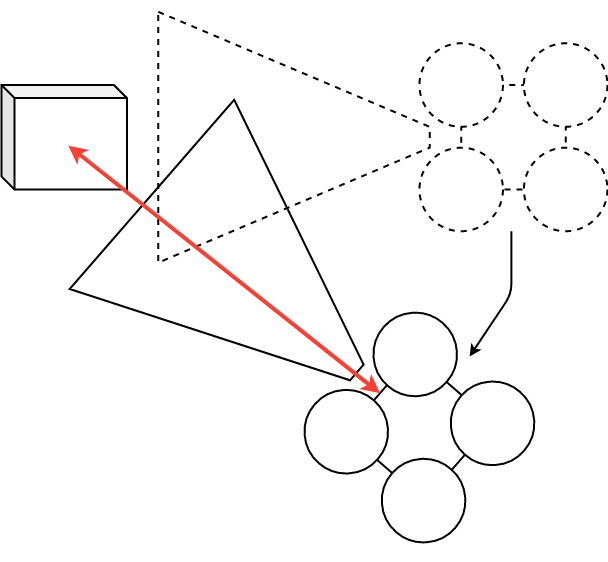
Earlier version of the draw.io export img/introduction_outlookPerspective_pointsOfView.png (idahoenigmann/LMLM-Doc). Source tidied: cells renumbered, new cells last; positions are measured from the earlier drawing's top-left corner, leaving out a move shared by most shapes.
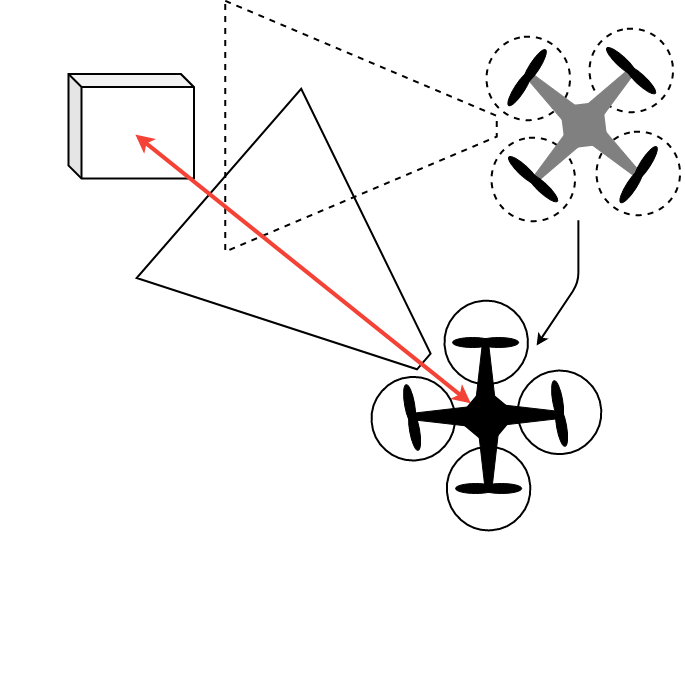
The same file after the commit.

The edit, as a diff of the source:
```diff
@@ -2,67 +2,166 @@
   <root>
     <mxCell id="0" />
     <mxCell id="1" parent="0" />
-    <mxCell id="2" style="group;strokeWidth=2;" parent="1" vertex="1">
-      <mxGeometry width="606" height="520" as="geometry" />
-    </mxCell>
-    <mxCell id="3" style="shape=cube;whiteSpace=wrap;html=1;boundedLbl=1;backgroundOutline=1;darkOpacity=0.05;darkOpacity2=0.1;fillColor=#FFFFFF;size=13;strokeWidth=2;" parent="2" vertex="1">
+    <mxCell id="3" style="shape=cube;whiteSpace=wrap;html=1;boundedLbl=1;backgroundOutline=1;darkOpacity=0.05;darkOpacity2=0.1;fillColor=#FFFFFF;size=13;strokeWidth=2;" parent="1" vertex="1">
       <mxGeometry y="83.5" width="125.4" height="104.4" as="geometry" />
     </mxCell>
-    <mxCell id="4" style="group;strokeWidth=2;" parent="2" vertex="1">
-      <mxGeometry x="417.9" y="41.8" width="188.1" height="188" as="geometry" />
-    </mxCell>
-    <mxCell id="5" style="whiteSpace=wrap;html=1;fillColor=#FFFFFF;dashed=1;strokeWidth=2;" parent="4" vertex="1">
-      <mxGeometry x="41.8" y="41.8" width="104.4" height="104.4" as="geometry" />
-    </mxCell>
-    <mxCell id="6" style="ellipse;whiteSpace=wrap;html=1;dashed=1;strokeWidth=2;" parent="4" vertex="1">
-      <mxGeometry x="104.5" y="104.4" width="83.5" height="83.5" as="geometry" />
-    </mxCell>
-    <mxCell id="7" style="ellipse;whiteSpace=wrap;html=1;dashed=1;strokeWidth=2;" parent="4" vertex="1">
-      <mxGeometry width="83.5" height="83.5" as="geometry" />
-    </mxCell>
-    <mxCell id="8" style="ellipse;whiteSpace=wrap;html=1;fillColor=#FFFFFF;dashed=1;strokeWidth=2;" parent="4" vertex="1">
-      <mxGeometry y="104.4" width="83.5" height="83.5" as="geometry" />
-    </mxCell>
-    <mxCell id="9" style="ellipse;whiteSpace=wrap;html=1;dashed=1;strokeWidth=2;" parent="4" vertex="1">
-      <mxGeometry x="104.5" width="83.5" height="83.5" as="geometry" />
-    </mxCell>
-    <mxCell id="10" style="shape=trapezoid;perimeter=trapezoidPerimeter;whiteSpace=wrap;html=1;fillColor=#FFFFFF;dashed=1;rotation=90;size=0.4587301587301583;strokeWidth=2;" parent="2" vertex="1">
+    <mxCell id="10" style="shape=trapezoid;perimeter=trapezoidPerimeter;whiteSpace=wrap;html=1;fillColor=#FFFFFF;dashed=1;rotation=90;size=0.4587301587301583;strokeWidth=2;" parent="1" vertex="1">
       <mxGeometry x="167.2" width="250.8" height="271.5" as="geometry" />
     </mxCell>
-    <mxCell id="11" style="group;rotation=41;strokeWidth=2;" parent="2" vertex="1">
-      <mxGeometry x="323.9" y="332" width="188.1" height="188" as="geometry" />
-    </mxCell>
+    <mxCell id="17" style="shape=trapezoid;perimeter=trapezoidPerimeter;whiteSpace=wrap;html=1;fillColor=none;rotation=131;size=0.4587301587301583;strokeWidth=2;" parent="1" vertex="1">
+      <mxGeometry x="127.5" y="146.2" width="250.8" height="271.5" as="geometry" />
+    </mxCell>
+    <mxCell id="18" style="endArrow=classic;startArrow=classic;html=1;exitX=0.5;exitY=1;exitDx=0;exitDy=0;entryX=0;entryY=0;entryDx=0;entryDy=0;entryPerimeter=0;strokeColor=#f44336;strokeWidth=4;" parent="1" edge="1" source="12">
+      <mxGeometry relative="1" as="geometry">
+        <mxPoint x="66.9" y="144.1" as="targetPoint" />
+      </mxGeometry>
+    </mxCell>
+    <mxCell id="19" style="endArrow=classic;html=1;strokeColor=#000000;strokeWidth=2;" parent="1" edge="1">
+      <mxGeometry relative="1" as="geometry">
+        <mxPoint x="509.9" y="229.7" as="sourcePoint" />
+        <mxPoint x="468.1" y="355" as="targetPoint" />
+        <Array as="points">
+          <mxPoint x="509.9" y="292.4" />
+        </Array>
+      </mxGeometry>
+    </mxCell>
+    <mxCell id="20" style="group;" parent="1" vertex="1">
+      <mxGeometry x="303" y="310.2" width="229.8" height="229.7" as="geometry" />
+    </mxCell>
-    <mxCell id="12" style="whiteSpace=wrap;html=1;fillColor=#FFFFFF;rotation=41;strokeWidth=2;" parent="11" vertex="1">
-      <mxGeometry x="41.8" y="41.8" width="104.4" height="104.4" as="geometry" />
+    <mxCell id="12" style="whiteSpace=wrap;html=1;fillColor=#000000;rotation=40;strokeWidth=2;direction=south;" parent="20" vertex="1">
+      <mxGeometry x="94.5" y="95.3" width="41" height="41" as="geometry" />
     </mxCell>
-    <mxCell id="13" style="ellipse;whiteSpace=wrap;html=1;rotation=41;strokeWidth=2;" parent="11" vertex="1">
-      <mxGeometry x="56.4" y="125.3" width="83.5" height="83.5" as="geometry" />
+    <mxCell id="13" style="ellipse;whiteSpace=wrap;html=1;rotation=41;strokeWidth=2;" parent="20" vertex="1">
+      <mxGeometry x="75.3" y="146.2" width="83.5" height="83.5" as="geometry" />
     </mxCell>
-    <mxCell id="14" style="ellipse;whiteSpace=wrap;html=1;rotation=41;strokeWidth=2;" parent="11" vertex="1">
-      <mxGeometry x="48.1" y="-20.9" width="83.5" height="83.5" as="geometry" />
+    <mxCell id="14" style="ellipse;whiteSpace=wrap;html=1;rotation=41;strokeWidth=2;" parent="20" vertex="1">
+      <mxGeometry x="73" width="83.5" height="83.5" as="geometry" />
     </mxCell>
-    <mxCell id="15" style="ellipse;whiteSpace=wrap;html=1;fillColor=#FFFFFF;rotation=41;strokeWidth=2;" parent="11" vertex="1">
-      <mxGeometry x="-20.9" y="56.4" width="83.5" height="83.5" as="geometry" />
+    <mxCell id="15" style="ellipse;whiteSpace=wrap;html=1;fillColor=#FFFFFF;rotation=41;strokeWidth=2;" parent="20" vertex="1">
+      <mxGeometry y="76.3" width="83.5" height="83.5" as="geometry" />
     </mxCell>
-    <mxCell id="16" style="ellipse;whiteSpace=wrap;html=1;rotation=41;strokeWidth=2;" parent="11" vertex="1">
-      <mxGeometry x="125.4" y="48" width="83.5" height="83.5" as="geometry" />
+    <mxCell id="16" style="ellipse;whiteSpace=wrap;html=1;rotation=41;strokeWidth=2;" parent="20" vertex="1">
+      <mxGeometry x="146.3" y="69.9" width="83.5" height="83.5" as="geometry" />
     </mxCell>
-    <mxCell id="17" style="shape=trapezoid;perimeter=trapezoidPerimeter;whiteSpace=wrap;html=1;fillColor=none;rotation=131;size=0.4587301587301583;strokeWidth=2;" parent="2" vertex="1">
-      <mxGeometry x="127.5" y="146.2" width="250.8" height="271.5" as="geometry" />
-    </mxCell>
-    <mxCell id="18" style="endArrow=classic;startArrow=classic;html=1;exitX=0;exitY=0.5;exitDx=0;exitDy=0;entryX=0;entryY=0;entryDx=0;entryDy=0;entryPerimeter=0;strokeColor=#f44336;strokeWidth=4;" parent="2" edge="1" source="12">
-      <mxGeometry relative="1" as="geometry">
-        <mxPoint x="66.9" y="144.1" as="targetPoint" />
-      </mxGeometry>
-    </mxCell>
-    <mxCell id="19" style="endArrow=classic;html=1;strokeColor=#000000;strokeWidth=2;" parent="2" edge="1">
-      <mxGeometry relative="1" as="geometry">
-        <mxPoint x="509.9" y="229.7" as="sourcePoint" />
-        <mxPoint x="468.1" y="355" as="targetPoint" />
-        <Array as="points">
-          <mxPoint x="509.9" y="292.4" />
-        </Array>
-      </mxGeometry>
-    </mxCell>
+    <mxCell id="21" style="group;rotation=80;" parent="20" vertex="1">
+      <mxGeometry x="7" y="111.8" width="67" height="10" as="geometry" />
+    </mxCell>
+    <mxCell id="22" style="ellipse;whiteSpace=wrap;html=1;fillColor=#000000;rotation=80;" parent="21" vertex="1">
+      <mxGeometry x="11" y="-13" width="40.2" height="10" as="geometry" />
+    </mxCell>
+    <mxCell id="23" style="ellipse;whiteSpace=wrap;html=1;fillColor=#000000;rotation=80;" parent="21" vertex="1">
+      <mxGeometry x="16" y="13" width="40.2" height="10" as="geometry" />
+    </mxCell>
+    <mxCell id="24" style="group;rotation=-180;" parent="20" vertex="1">
+      <mxGeometry x="84" y="182.8" width="67" height="10" as="geometry" />
+    </mxCell>
+    <mxCell id="25" style="ellipse;whiteSpace=wrap;html=1;fillColor=#000000;rotation=-180;" parent="24" vertex="1">
+      <mxGeometry x="26" width="40.2" height="10" as="geometry" />
+    </mxCell>
+    <mxCell id="26" style="ellipse;whiteSpace=wrap;html=1;fillColor=#000000;rotation=-180;" parent="24" vertex="1">
+      <mxGeometry width="40.2" height="10" as="geometry" />
+    </mxCell>
+    <mxCell id="27" style="group;rotation=-100;" parent="20" vertex="1">
+      <mxGeometry x="155" y="108.8" width="67" height="10" as="geometry" />
+    </mxCell>
+    <mxCell id="28" style="ellipse;whiteSpace=wrap;html=1;fillColor=#000000;rotation=-100;" parent="27" vertex="1">
+      <mxGeometry x="15" y="12" width="40.2" height="10" as="geometry" />
+    </mxCell>
+    <mxCell id="29" style="ellipse;whiteSpace=wrap;html=1;fillColor=#000000;rotation=-100;" parent="27" vertex="1">
+      <mxGeometry x="11" y="-14" width="40.2" height="10" as="geometry" />
+    </mxCell>
+    <mxCell id="30" style="group;rotation=0;" parent="20" vertex="1">
+      <mxGeometry x="80" y="36.8" width="67" height="10" as="geometry" />
+    </mxCell>
+    <mxCell id="31" style="ellipse;whiteSpace=wrap;html=1;fillColor=#000000;rotation=0;" parent="30" vertex="1">
+      <mxGeometry x="1" width="40.2" height="10" as="geometry" />
+    </mxCell>
+    <mxCell id="32" style="ellipse;whiteSpace=wrap;html=1;fillColor=#000000;rotation=0;" parent="30" vertex="1">
+      <mxGeometry x="27" width="40.2" height="10" as="geometry" />
+    </mxCell>
+    <mxCell id="33" style="shape=trapezoid;perimeter=trapezoidPerimeter;whiteSpace=wrap;html=1;fillColor=#000000;size=0.33333333333332577;" parent="20" vertex="1">
+      <mxGeometry x="104" y="44.8" width="20" height="58" as="geometry" />
+    </mxCell>
+    <mxCell id="34" style="shape=trapezoid;perimeter=trapezoidPerimeter;whiteSpace=wrap;html=1;fillColor=#000000;size=0.33333333333332577;rotation=90;" parent="20" vertex="1">
+      <mxGeometry x="151" y="85.3" width="20" height="58" as="geometry" />
+    </mxCell>
+    <mxCell id="35" style="shape=trapezoid;perimeter=trapezoidPerimeter;whiteSpace=wrap;html=1;fillColor=#000000;size=0.33333333333332577;rotation=180;" parent="20" vertex="1">
+      <mxGeometry x="107" y="130.8" width="20" height="58" as="geometry" />
+    </mxCell>
+    <mxCell id="36" style="shape=trapezoid;perimeter=trapezoidPerimeter;whiteSpace=wrap;html=1;fillColor=#000000;size=0.33333333333332577;rotation=-90;" parent="20" vertex="1">
+      <mxGeometry x="61" y="86.8" width="20" height="58" as="geometry" />
+    </mxCell>
+    <mxCell id="37" style="group;rotation=-47;" parent="1" vertex="1">
+      <mxGeometry x="-20" y="410.2" width="229.8" height="229.7" as="geometry" />
+    </mxCell>
+    <mxCell id="38" style="group;rotation=-137;dashed=1;fillColor=none;" parent="37" vertex="1">
+      <mxGeometry width="229.8" height="229.7" as="geometry" />
+    </mxCell>
+    <mxCell id="39" style="group;" parent="38" vertex="1">
+      <mxGeometry x="438" y="-372" width="193.5" height="192.5" as="geometry" />
+    </mxCell>
+    <mxCell id="40" style="whiteSpace=wrap;html=1;fillColor=#808080;rotation=-97;strokeWidth=2;direction=south;strokeColor=#808080;" parent="39" vertex="1">
+      <mxGeometry x="77" y="76" width="41" height="41" as="geometry" />
+    </mxCell>
+    <mxCell id="41" style="ellipse;whiteSpace=wrap;html=1;rotation=-96;strokeWidth=2;dashed=1;" parent="39" vertex="1">
+      <mxGeometry x="103" width="83.5" height="83.5" as="geometry" />
+    </mxCell>
+    <mxCell id="42" style="ellipse;whiteSpace=wrap;html=1;rotation=-96;strokeWidth=2;dashed=1;" parent="39" vertex="1">
+      <mxGeometry x="5" y="109" width="83.5" height="83.5" as="geometry" />
+    </mxCell>
+    <mxCell id="43" style="ellipse;whiteSpace=wrap;html=1;fillColor=#FFFFFF;rotation=-96;strokeWidth=2;dashed=1;" parent="39" vertex="1">
+      <mxGeometry x="110" y="103" width="83.5" height="83.5" as="geometry" />
+    </mxCell>
+    <mxCell id="44" style="ellipse;whiteSpace=wrap;html=1;rotation=-96;strokeWidth=2;dashed=1;" parent="39" vertex="1">
+      <mxGeometry y="8" width="83.5" height="83.5" as="geometry" />
+    </mxCell>
+    <mxCell id="45" style="shape=trapezoid;perimeter=trapezoidPerimeter;whiteSpace=wrap;html=1;fillColor=#808080;size=0.33333333333332577;rotation=-137;strokeColor=#808080;" parent="39" vertex="1">
+      <mxGeometry x="60" y="99" width="20" height="58" as="geometry" />
+    </mxCell>
+    <mxCell id="46" style="shape=trapezoid;perimeter=trapezoidPerimeter;whiteSpace=wrap;html=1;fillColor=#808080;size=0.33333333333332577;rotation=-47;strokeColor=#808080;" parent="39" vertex="1">
+      <mxGeometry x="53" y="37" width="20" height="58" as="geometry" />
+    </mxCell>
+    <mxCell id="47" style="shape=trapezoid;perimeter=trapezoidPerimeter;whiteSpace=wrap;html=1;fillColor=#808080;size=0.33333333333332577;rotation=43;strokeColor=#808080;" parent="39" vertex="1">
+      <mxGeometry x="116" y="34" width="20" height="58" as="geometry" />
+    </mxCell>
+    <mxCell id="48" style="shape=trapezoid;perimeter=trapezoidPerimeter;whiteSpace=wrap;html=1;fillColor=#808080;size=0.33333333333332577;rotation=-227;strokeColor=#808080;" parent="39" vertex="1">
+      <mxGeometry x="120" y="97" width="20" height="58" as="geometry" />
+    </mxCell>
+    <mxCell id="49" style="group;rotation=-57;fillColor=none;" parent="39" vertex="1">
+      <mxGeometry x="119" y="141" width="67" height="10" as="geometry" />
+    </mxCell>
+    <mxCell id="50" style="ellipse;whiteSpace=wrap;html=1;fillColor=#000000;rotation=-57;" parent="49" vertex="1">
+      <mxGeometry x="6" y="11" width="40.2" height="10" as="geometry" />
+    </mxCell>
+    <mxCell id="51" style="ellipse;whiteSpace=wrap;html=1;fillColor=#000000;rotation=-57;" parent="49" vertex="1">
+      <mxGeometry x="20" y="-11" width="40.2" height="10" as="geometry" />
+    </mxCell>
+    <mxCell id="52" style="group;rotation=-317;fillColor=none;" parent="39" vertex="1">
+      <mxGeometry x="111" y="37" width="67" height="10" as="geometry" />
+    </mxCell>
+    <mxCell id="53" style="ellipse;whiteSpace=wrap;html=1;fillColor=#000000;rotation=-317;" parent="52" vertex="1">
+      <mxGeometry x="4" y="-9" width="40.2" height="10" as="geometry" />
+    </mxCell>
+    <mxCell id="54" style="ellipse;whiteSpace=wrap;html=1;fillColor=#000000;rotation=-317;" parent="52" vertex="1">
+      <mxGeometry x="23" y="9" width="40.2" height="10" as="geometry" />
+    </mxCell>
+    <mxCell id="55" style="group;rotation=-237;fillColor=none;" parent="39" vertex="1">
+      <mxGeometry x="8" y="43" width="67" height="10" as="geometry" />
+    </mxCell>
+    <mxCell id="56" style="ellipse;whiteSpace=wrap;html=1;fillColor=#000000;rotation=-237;" parent="55" vertex="1">
+      <mxGeometry x="20" y="-10" width="40.2" height="10" as="geometry" />
+    </mxCell>
+    <mxCell id="57" style="ellipse;whiteSpace=wrap;html=1;fillColor=#000000;rotation=-237;" parent="55" vertex="1">
+      <mxGeometry x="5" y="12" width="40.2" height="10" as="geometry" />
+    </mxCell>
+    <mxCell id="58" style="group;rotation=-137;fillColor=none;" parent="39" vertex="1">
+      <mxGeometry x="14" y="146" width="67" height="10" as="geometry" />
+    </mxCell>
+    <mxCell id="59" style="ellipse;whiteSpace=wrap;html=1;fillColor=#000000;rotation=-137;" parent="58" vertex="1">
+      <mxGeometry x="3" y="-9" width="40.2" height="10" as="geometry" />
+    </mxCell>
+    <mxCell id="60" style="ellipse;whiteSpace=wrap;html=1;fillColor=#000000;rotation=-137;" parent="58" vertex="1">
+      <mxGeometry x="22" y="8" width="40.2" height="10" as="geometry" />
+    </mxCell>
   </root>
 </mxGraphModel>
```
